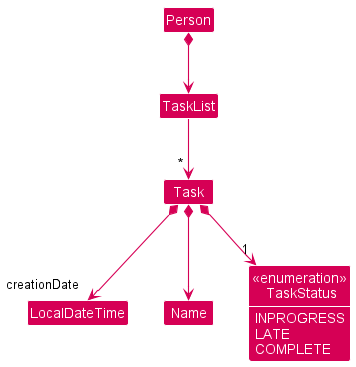
The PlantUML diagram docs/images/DG-images/TaskClassDiagram.png in nus-cs2103-AY2223S2/tp, before a commit. Its source is kept beside it as docs/diagrams/TaskClassDiagram.puml.
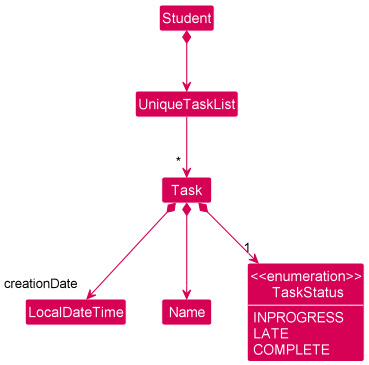
The same diagram one commit later.

Commit message:
Update Task List class diagram

Change to the diagram source:
```diff
@@ -7,7 +7,7 @@
 Class LocalDateTime
 Class Name
 Class Student
-Class TaskList
+Class UniqueTaskList
 Class Task
 
 Enum "<<enumeration>>\n TaskStatus" as TaskStatus {
@@ -16,9 +16,9 @@
 COMPLETE
 }
 
-Student *--> TaskList
+Student *--> UniqueTaskList
 
-TaskList --> "~* " Task
+UniqueTaskList --> "~* " Task
 
 Task *--> "creationDate" LocalDateTime
 Task *--> Name
```
